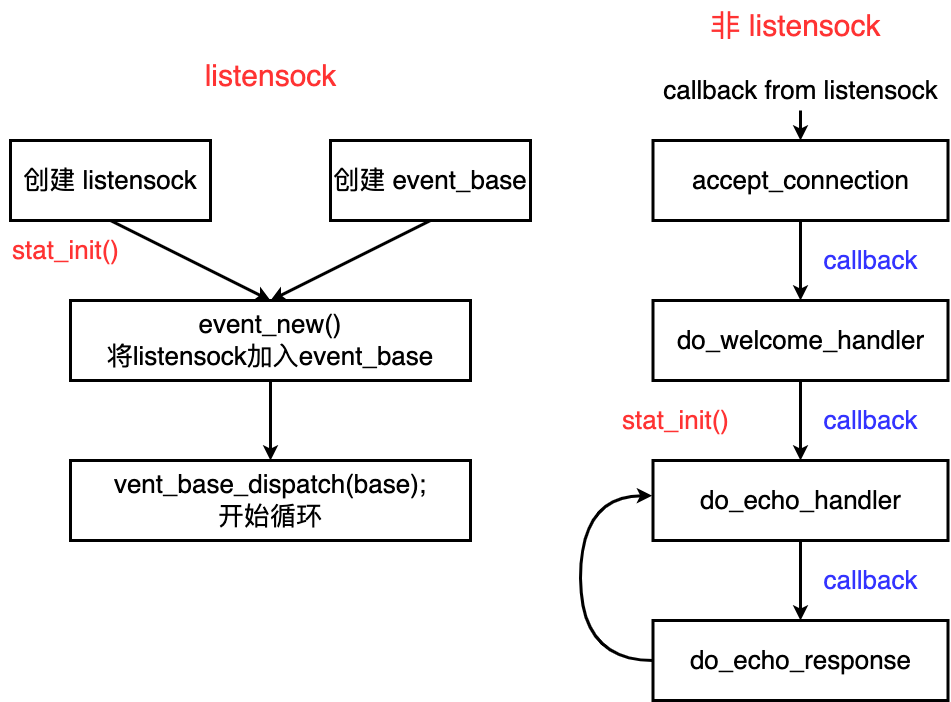
Before: CS/高并发/libevent编程框架.drawio.png, a diagram exported from draw.io (superwjfeng/MarkdownWriting). Source tidied: cells renumbered, new cells last; positions are measured from the earlier drawing's top-left corner, leaving out a move shared by most shapes. Its diagram source:
```xml
<mxGraphModel background="#ffffff">
  <root>
    <mxCell id="0" />
    <mxCell id="1" parent="0" />
    <mxCell id="2" style="rounded=0;jettySize=auto;html=1;strokeWidth=3;exitX=0.5;exitY=1;exitDx=0;exitDy=0;entryX=0.5;entryY=0;entryDx=0;entryDy=0;" parent="1" edge="1" source="3" target="8">
      <mxGeometry relative="1" as="geometry" />
    </mxCell>
    <mxCell id="3" value="&lt;font style=&quot;font-size: 26px;&quot;&gt;创建 listensock&lt;/font&gt;" style="rounded=0;whiteSpace=wrap;html=1;fillColor=default;strokeColor=default;strokeWidth=3;" parent="1" vertex="1">
      <mxGeometry x="10" y="140" width="200" height="80" as="geometry" />
    </mxCell>
    <mxCell id="4" style="rounded=0;jettySize=auto;html=1;strokeWidth=3;entryX=0.5;entryY=0;entryDx=0;entryDy=0;" parent="1" edge="1" target="8">
      <mxGeometry relative="1" as="geometry">
        <mxPoint x="430" y="220" as="sourcePoint" />
      </mxGeometry>
    </mxCell>
    <mxCell id="5" value="&lt;font style=&quot;font-size: 26px;&quot;&gt;创建 event_base&lt;/font&gt;" style="rounded=0;whiteSpace=wrap;html=1;fillColor=default;strokeColor=default;strokeWidth=3;" parent="1" vertex="1">
      <mxGeometry x="330" y="140" width="200" height="80" as="geometry" />
    </mxCell>
    <mxCell id="6" value="&lt;font style=&quot;font-size: 26px;&quot;&gt;vent_base_dispatch(base);&lt;br&gt;开始循环&lt;br&gt;&lt;/font&gt;" style="rounded=0;whiteSpace=wrap;html=1;fillColor=default;strokeColor=default;strokeWidth=3;" parent="1" vertex="1">
      <mxGeometry x="70" y="460" width="400" height="80" as="geometry" />
    </mxCell>
    <mxCell id="7" style="edgeStyle=orthogonalEdgeStyle;rounded=0;jettySize=auto;html=1;strokeWidth=3;" parent="1" edge="1" source="8" target="6">
      <mxGeometry relative="1" as="geometry" />
    </mxCell>
    <mxCell id="8" value="&lt;font style=&quot;font-size: 26px;&quot;&gt;event_new()&lt;br&gt;将listensock加入event_base&lt;/font&gt;" style="rounded=0;whiteSpace=wrap;html=1;fillColor=default;strokeColor=default;strokeWidth=3;" parent="1" vertex="1">
      <mxGeometry x="70" y="300" width="400" height="80" as="geometry" />
    </mxCell>
    <mxCell id="9" value="&lt;font color=&quot;#ff3333&quot; style=&quot;font-size: 30px;&quot;&gt;listensock&lt;/font&gt;" style="text;html=1;align=center;verticalAlign=middle;strokeColor=none;fillColor=none;" parent="1" vertex="1">
      <mxGeometry x="190" y="50" width="160" height="50" as="geometry" />
    </mxCell>
    <mxCell id="10" style="edgeStyle=orthogonalEdgeStyle;rounded=0;jettySize=auto;html=1;strokeWidth=3;" parent="1" edge="1" source="11" target="19">
      <mxGeometry relative="1" as="geometry" />
    </mxCell>
    <mxCell id="11" value="&lt;span style=&quot;font-size: 26px;&quot;&gt;do_welcome_handler&lt;/span&gt;" style="rounded=0;whiteSpace=wrap;html=1;fillColor=default;strokeColor=default;strokeWidth=3;" parent="1" vertex="1">
      <mxGeometry x="652.5" y="300" width="295" height="80" as="geometry" />
    </mxCell>
    <mxCell id="12" value="&lt;font color=&quot;#ff3333&quot; style=&quot;font-size: 30px;&quot;&gt;非 listensock&lt;/font&gt;" style="text;html=1;align=center;verticalAlign=middle;strokeColor=none;fillColor=none;" parent="1" vertex="1">
      <mxGeometry x="700" width="190" height="50" as="geometry" />
    </mxCell>
    <mxCell id="13" style="edgeStyle=orthogonalEdgeStyle;rounded=0;jettySize=auto;html=1;strokeWidth=3;" parent="1" edge="1" source="14" target="17">
      <mxGeometry relative="1" as="geometry" />
    </mxCell>
    <mxCell id="14" value="&lt;font style=&quot;font-size: 26px;&quot;&gt;callback from listensock&lt;/font&gt;" style="text;html=1;align=center;verticalAlign=middle;points=[];strokeColor=none;fillColor=none;" parent="1" vertex="1">
      <mxGeometry x="650" y="70" width="300" height="40" as="geometry" />
    </mxCell>
    <mxCell id="15" value="&lt;font color=&quot;#3333ff&quot; style=&quot;font-size: 26px;&quot;&gt;callback&lt;/font&gt;" style="text;html=1;align=center;verticalAlign=middle;strokeColor=none;fillColor=none;" parent="1" vertex="1">
      <mxGeometry x="810" y="240" width="120" height="40" as="geometry" />
    </mxCell>
    <mxCell id="16" style="edgeStyle=orthogonalEdgeStyle;rounded=0;jettySize=auto;html=1;strokeWidth=3;" parent="1" edge="1" source="17" target="11">
      <mxGeometry relative="1" as="geometry" />
    </mxCell>
    <mxCell id="17" value="&lt;span style=&quot;font-size: 26px;&quot;&gt;accept_connection&lt;/span&gt;" style="rounded=0;whiteSpace=wrap;html=1;fillColor=default;strokeColor=default;strokeWidth=3;" parent="1" vertex="1">
      <mxGeometry x="652.5" y="140" width="295" height="80" as="geometry" />
    </mxCell>
    <mxCell id="18" style="edgeStyle=orthogonalEdgeStyle;rounded=0;jettySize=auto;html=1;strokeWidth=3;" parent="1" edge="1" source="19" target="21">
      <mxGeometry relative="1" as="geometry" />
    </mxCell>
    <mxCell id="19" value="&lt;span style=&quot;font-size: 26px;&quot;&gt;do_echo_handler&lt;/span&gt;" style="rounded=0;whiteSpace=wrap;html=1;fillColor=default;strokeColor=default;strokeWidth=3;" parent="1" vertex="1">
      <mxGeometry x="652.5" y="460" width="295" height="80" as="geometry" />
    </mxCell>
    <mxCell id="20" style="edgeStyle=orthogonalEdgeStyle;rounded=0;jettySize=auto;html=1;entryX=-0.003;entryY=0.44;entryDx=0;entryDy=0;entryPerimeter=0;curved=1;strokeWidth=3;" parent="1" edge="1" source="21" target="19">
      <mxGeometry relative="1" as="geometry">
        <Array as="points">
          <mxPoint x="580" y="660" />
          <mxPoint x="580" y="495" />
        </Array>
      </mxGeometry>
    </mxCell>
    <mxCell id="21" value="&lt;span style=&quot;font-size: 26px;&quot;&gt;do_echo_response&lt;/span&gt;" style="rounded=0;whiteSpace=wrap;html=1;fillColor=default;strokeColor=default;strokeWidth=3;" parent="1" vertex="1">
      <mxGeometry x="652.5" y="620" width="295" height="80" as="geometry" />
    </mxCell>
    <mxCell id="22" value="&lt;font color=&quot;#3333ff&quot; style=&quot;font-size: 26px;&quot;&gt;callback&lt;/font&gt;" style="text;html=1;align=center;verticalAlign=middle;strokeColor=none;fillColor=none;" parent="1" vertex="1">
      <mxGeometry x="810" y="400" width="120" height="40" as="geometry" />
    </mxCell>
    <mxCell id="23" value="&lt;font color=&quot;#3333ff&quot; style=&quot;font-size: 26px;&quot;&gt;callback&lt;/font&gt;" style="text;html=1;align=center;verticalAlign=middle;strokeColor=none;fillColor=none;" parent="1" vertex="1">
      <mxGeometry x="810" y="560" width="120" height="40" as="geometry" />
    </mxCell>
    <mxCell id="24" value="&lt;font color=&quot;#ff3333&quot; style=&quot;font-size: 26px;&quot;&gt;stat_init()&lt;/font&gt;" style="text;html=1;align=center;verticalAlign=middle;strokeColor=none;fillColor=none;" parent="1" vertex="1">
      <mxGeometry y="230" width="130" height="40" as="geometry" />
    </mxCell>
    <mxCell id="25" value="&lt;font color=&quot;#ff3333&quot; style=&quot;font-size: 26px;&quot;&gt;stat_init()&lt;/font&gt;" style="text;html=1;align=center;verticalAlign=middle;strokeColor=none;fillColor=none;" parent="1" vertex="1">
      <mxGeometry x="610" y="400" width="130" height="40" as="geometry" />
    </mxCell>
  </root>
</mxGraphModel>
```
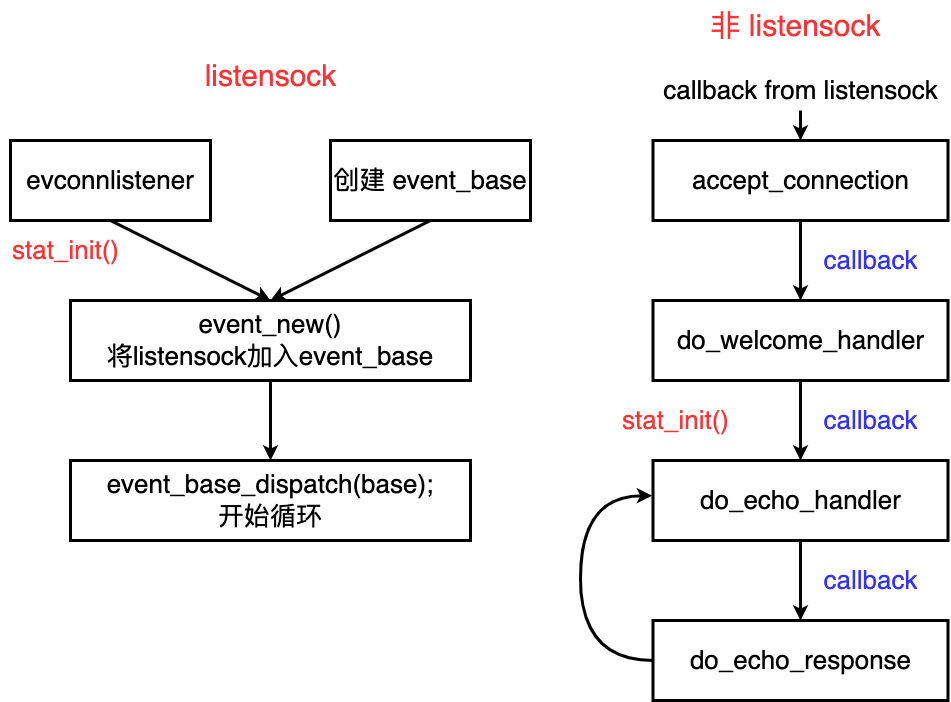
Later version of the same file.

Change to the diagram source:
```diff
@@ -5,7 +5,7 @@
     <mxCell id="2" style="rounded=0;jettySize=auto;html=1;strokeWidth=3;exitX=0.5;exitY=1;exitDx=0;exitDy=0;entryX=0.5;entryY=0;entryDx=0;entryDy=0;" parent="1" edge="1" source="3" target="8">
       <mxGeometry relative="1" as="geometry" />
     </mxCell>
-    <mxCell id="3" value="&lt;font style=&quot;font-size: 26px;&quot;&gt;创建 listensock&lt;/font&gt;" style="rounded=0;whiteSpace=wrap;html=1;fillColor=default;strokeColor=default;strokeWidth=3;" parent="1" vertex="1">
+    <mxCell id="3" value="&lt;font style=&quot;font-size: 26px;&quot;&gt;evconnlistener&lt;/font&gt;" style="rounded=0;whiteSpace=wrap;html=1;fillColor=default;strokeColor=default;strokeWidth=3;" parent="1" vertex="1">
       <mxGeometry x="10" y="140" width="200" height="80" as="geometry" />
     </mxCell>
     <mxCell id="4" style="rounded=0;jettySize=auto;html=1;strokeWidth=3;entryX=0.5;entryY=0;entryDx=0;entryDy=0;" parent="1" edge="1" target="8">
@@ -16,7 +16,7 @@
     <mxCell id="5" value="&lt;font style=&quot;font-size: 26px;&quot;&gt;创建 event_base&lt;/font&gt;" style="rounded=0;whiteSpace=wrap;html=1;fillColor=default;strokeColor=default;strokeWidth=3;" parent="1" vertex="1">
       <mxGeometry x="330" y="140" width="200" height="80" as="geometry" />
     </mxCell>
-    <mxCell id="6" value="&lt;font style=&quot;font-size: 26px;&quot;&gt;vent_base_dispatch(base);&lt;br&gt;开始循环&lt;br&gt;&lt;/font&gt;" style="rounded=0;whiteSpace=wrap;html=1;fillColor=default;strokeColor=default;strokeWidth=3;" parent="1" vertex="1">
+    <mxCell id="6" value="&lt;font style=&quot;font-size: 26px;&quot;&gt;event_base_dispatch(base);&lt;br&gt;开始循环&lt;br&gt;&lt;/font&gt;" style="rounded=0;whiteSpace=wrap;html=1;fillColor=default;strokeColor=default;strokeWidth=3;" parent="1" vertex="1">
       <mxGeometry x="70" y="460" width="400" height="80" as="geometry" />
     </mxCell>
     <mxCell id="7" style="edgeStyle=orthogonalEdgeStyle;rounded=0;jettySize=auto;html=1;strokeWidth=3;" parent="1" edge="1" source="8" target="6">
```
